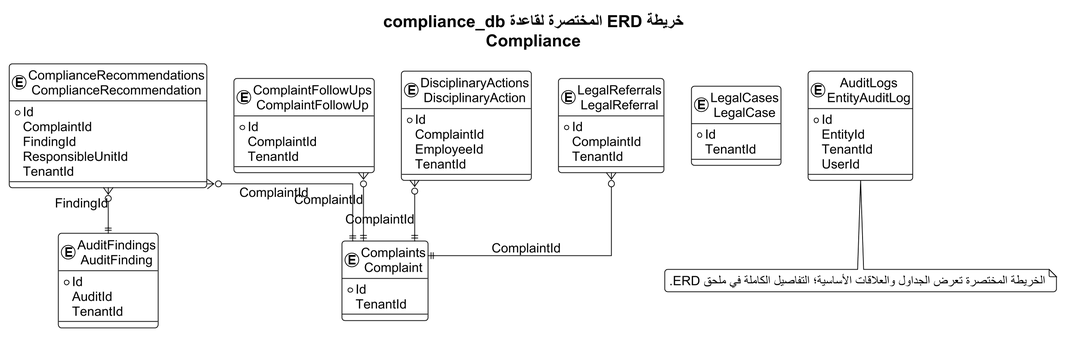
Before: docs/thesis_diagrams/database_erdds/compact_rendered/04_compliance_compact.png, a diagram exported from PlantUML (omardefdev/HRManagement). Source of this version:
```plantuml
@startuml
!theme plain
skinparam backgroundColor #FFFFFF
skinparam defaultFontName Arial
skinparam defaultFontSize 17
skinparam shadowing false
skinparam roundcorner 8
skinparam linetype ortho
skinparam dpi 170
skinparam EntityBorderColor #0F6B73
skinparam EntityBackgroundColor #F4FAFA
top to bottom direction
title "خريطة ERD المختصرة لقاعدة compliance_db\nCompliance"

entity "AuditFindings\nAuditFinding" as T01 {
  * Id
    AuditId
    TenantId
}
entity "Complaints\nComplaint" as T02 {
  * Id
    TenantId
}
entity "ComplaintFollowUps\nComplaintFollowUp" as T03 {
  * Id
    ComplaintId
    TenantId
}
entity "ComplianceRecommendations\nComplianceRecommendation" as T04 {
  * Id
    ComplaintId
    FindingId
    ResponsibleUnitId
    TenantId
}
entity "DisciplinaryActions\nDisciplinaryAction" as T05 {
  * Id
    ComplaintId
    EmployeeId
    TenantId
}
entity "LegalCases\nLegalCase" as T06 {
  * Id
    TenantId
}
entity "LegalReferrals\nLegalReferral" as T07 {
  * Id
    ComplaintId
    TenantId
}
entity "AuditLogs\nEntityAuditLog" as T08 {
  * Id
    EntityId
    TenantId
    UserId
}

T03 }o--|| T02 : ComplaintId
T04 }o--|| T02 : ComplaintId
T04 }o--|| T01 : FindingId
T05 }o--|| T02 : ComplaintId
T07 }o--|| T02 : ComplaintId

note bottom
الخريطة المختصرة تعرض الجداول والعلاقات الأساسية؛ التفاصيل الكاملة في ملحق ERD.
end note
@enduml
```
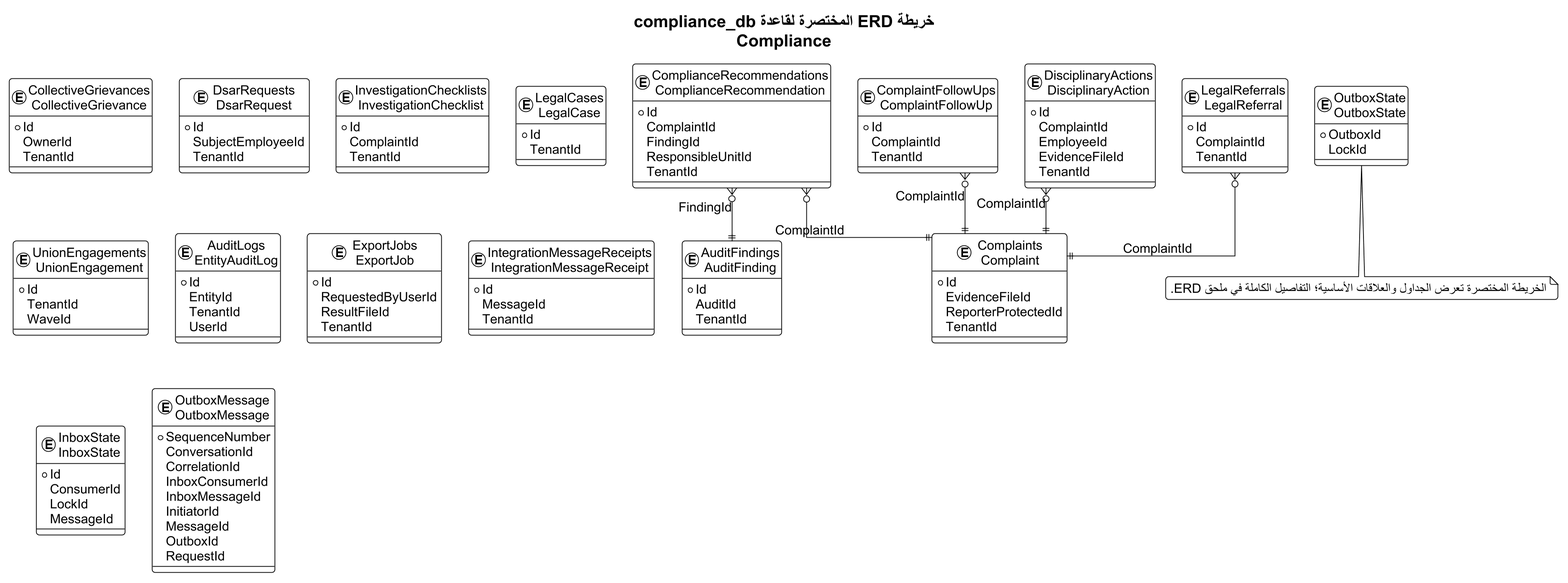
Later version of the same file.

Change to the diagram source:
```diff
@@ -17,49 +17,104 @@
     AuditId
     TenantId
 }
-entity "Complaints\nComplaint" as T02 {
+entity "CollectiveGrievances\nCollectiveGrievance" as T02 {
   * Id
+    OwnerId
     TenantId
 }
-entity "ComplaintFollowUps\nComplaintFollowUp" as T03 {
+entity "Complaints\nComplaint" as T03 {
+  * Id
+    EvidenceFileId
+    ReporterProtectedId
+    TenantId
+}
+entity "ComplaintFollowUps\nComplaintFollowUp" as T04 {
   * Id
     ComplaintId
     TenantId
 }
-entity "ComplianceRecommendations\nComplianceRecommendation" as T04 {
+entity "ComplianceRecommendations\nComplianceRecommendation" as T05 {
   * Id
     ComplaintId
     FindingId
     ResponsibleUnitId
     TenantId
 }
-entity "DisciplinaryActions\nDisciplinaryAction" as T05 {
+entity "DisciplinaryActions\nDisciplinaryAction" as T06 {
   * Id
     ComplaintId
     EmployeeId
+    EvidenceFileId
     TenantId
 }
-entity "LegalCases\nLegalCase" as T06 {
+entity "DsarRequests\nDsarRequest" as T07 {
   * Id
+    SubjectEmployeeId
     TenantId
 }
-entity "LegalReferrals\nLegalReferral" as T07 {
+entity "InvestigationChecklists\nInvestigationChecklist" as T08 {
   * Id
     ComplaintId
     TenantId
 }
-entity "AuditLogs\nEntityAuditLog" as T08 {
+entity "LegalCases\nLegalCase" as T09 {
+  * Id
+    TenantId
+}
+entity "LegalReferrals\nLegalReferral" as T10 {
+  * Id
+    ComplaintId
+    TenantId
+}
+entity "UnionEngagements\nUnionEngagement" as T11 {
+  * Id
+    TenantId
+    WaveId
+}
+entity "AuditLogs\nEntityAuditLog" as T12 {
   * Id
     EntityId
     TenantId
     UserId
 }
+entity "ExportJobs\nExportJob" as T13 {
+  * Id
+    RequestedByUserId
+    ResultFileId
+    TenantId
+}
+entity "IntegrationMessageReceipts\nIntegrationMessageReceipt" as T14 {
+  * Id
+    MessageId
+    TenantId
+}
+entity "InboxState\nInboxState" as T15 {
+  * Id
+    ConsumerId
+    LockId
+    MessageId
+}
+entity "OutboxMessage\nOutboxMessage" as T16 {
+  * SequenceNumber
+    ConversationId
+    CorrelationId
+    InboxConsumerId
+    InboxMessageId
+    InitiatorId
+    MessageId
+    OutboxId
+    RequestId
+}
+entity "OutboxState\nOutboxState" as T17 {
+  * OutboxId
+    LockId
+}
 
-T03 }o--|| T02 : ComplaintId
-T04 }o--|| T02 : ComplaintId
-T04 }o--|| T01 : FindingId
-T05 }o--|| T02 : ComplaintId
-T07 }o--|| T02 : ComplaintId
+T04 }o--|| T03 : ComplaintId
+T05 }o--|| T03 : ComplaintId
+T05 }o--|| T01 : FindingId
+T06 }o--|| T03 : ComplaintId
+T10 }o--|| T03 : ComplaintId
 
 note bottom
 الخريطة المختصرة تعرض الجداول والعلاقات الأساسية؛ التفاصيل الكاملة في ملحق ERD.
```
